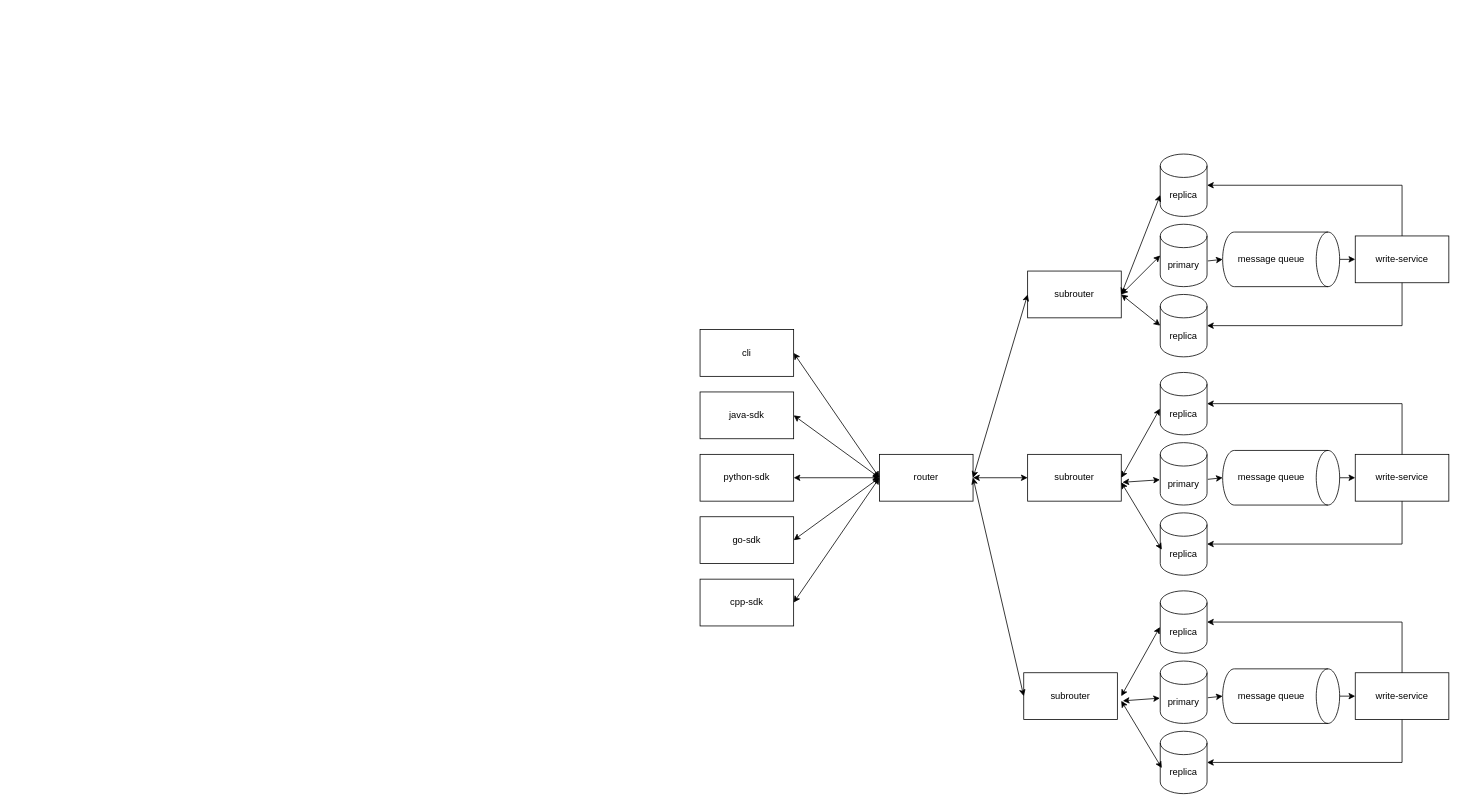
This is .github/Architecture.drawio from michaelhyi/distributed-key-value-db, a draw.io file, before an edit. Source tidied: cells renumbered, new cells numbered last; positions are measured from the earlier drawing's top-left corner, leaving out a move shared by most shapes. Both pictures are drawn from the tidied source at 78%, with x=0, y=0 at pixel (700, 154).
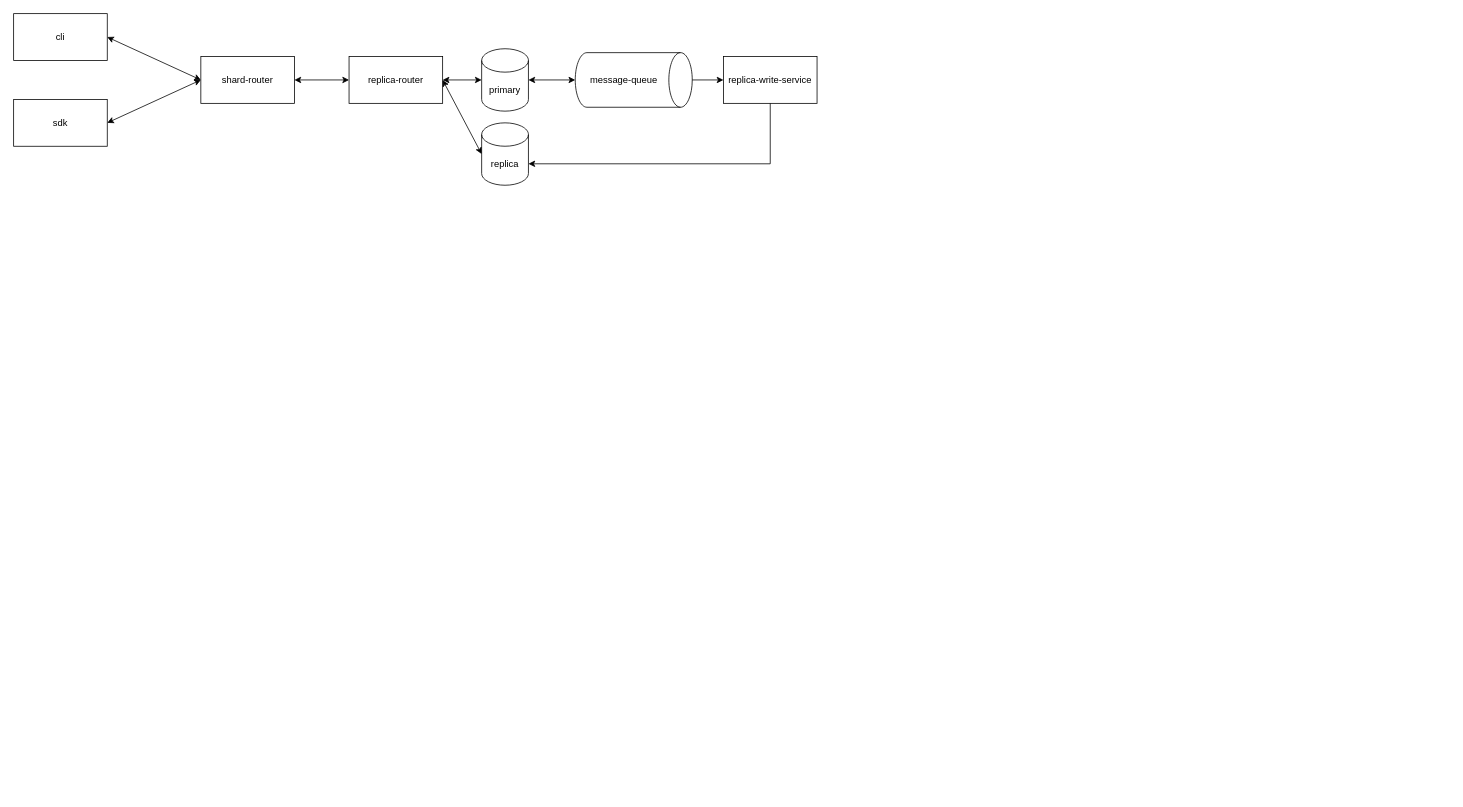
After the change.

Change to the diagram source:
```diff
@@
-    <mxCell id="2" value="router" style="whiteSpace=wrap;html=1;" parent="1" vertex="1">
-      <mxGeometry x="230" y="385" width="120" height="60" as="geometry" />
+    <mxCell id="2" value="shard-router" style="whiteSpace=wrap;html=1;" parent="1" vertex="1">
+      <mxGeometry x="-640" y="-125" width="120" height="60" as="geometry" />
     </mxCell>
-    <mxCell id="3" value="primary" style="shape=cylinder3;whiteSpace=wrap;html=1;boundedLbl=1;backgroundOutline=1;size=15;" parent="1" vertex="1">
-      <mxGeometry x="590" y="90" width="60" height="80" as="geometry" />
-    </mxCell>
-    <mxCell id="4" value="replica" style="shape=cylinder3;whiteSpace=wrap;html=1;boundedLbl=1;backgroundOutline=1;size=15;" parent="1" vertex="1">
-      <mxGeometry x="590" y="180" width="60" height="80" as="geometry" />
-    </mxCell>
-    <mxCell id="5" value="replica" style="shape=cylinder3;whiteSpace=wrap;html=1;boundedLbl=1;backgroundOutline=1;size=15;" parent="1" vertex="1">
-      <mxGeometry x="590" width="60" height="80" as="geometry" />
-    </mxCell>
     <mxCell id="6" value="cli" style="whiteSpace=wrap;html=1;" parent="1" vertex="1">
-      <mxGeometry y="225" width="120" height="60" as="geometry" />
+      <mxGeometry x="-880" y="-180" width="120" height="60" as="geometry" />
     </mxCell>
-    <mxCell id="7" value="java-sdk" style="whiteSpace=wrap;html=1;" parent="1" vertex="1">
-      <mxGeometry y="305" width="120" height="60" as="geometry" />
+    <mxCell id="7" value="sdk" style="whiteSpace=wrap;html=1;" parent="1" vertex="1">
+      <mxGeometry x="-880" y="-70" width="120" height="60" as="geometry" />
     </mxCell>
-    <mxCell id="8" value="python-sdk" style="whiteSpace=wrap;html=1;" parent="1" vertex="1">
-      <mxGeometry y="385" width="120" height="60" as="geometry" />
-    </mxCell>
-    <mxCell id="9" value="go-sdk" style="whiteSpace=wrap;html=1;" parent="1" vertex="1">
-      <mxGeometry y="465" width="120" height="60" as="geometry" />
-    </mxCell>
-    <mxCell id="10" value="cpp-sdk" style="whiteSpace=wrap;html=1;" parent="1" vertex="1">
-      <mxGeometry y="545" width="120" height="60" as="geometry" />
-    </mxCell>
@@
-    <mxCell id="12" style="endArrow=classic;startArrow=classic;html=1;rounded=0;exitX=1;exitY=0.5;exitDx=0;exitDy=0;" parent="1" edge="1" source="7">
-      <mxGeometry relative="1" as="geometry">
-        <mxPoint x="230" y="415" as="targetPoint" />
-      </mxGeometry>
+    <mxCell id="12" style="endArrow=classic;startArrow=classic;html=1;rounded=0;exitX=1;exitY=0.5;exitDx=0;exitDy=0;entryX=0;entryY=0.5;entryDx=0;entryDy=0;" parent="1" edge="1" source="7" target="2">
+      <mxGeometry relative="1" as="geometry" />
     </mxCell>
-    <mxCell id="13" style="endArrow=classic;startArrow=classic;html=1;rounded=0;exitX=1;exitY=0.5;exitDx=0;exitDy=0;" parent="1" edge="1" source="8">
-      <mxGeometry relative="1" as="geometry">
-        <mxPoint x="230" y="415" as="targetPoint" />
-      </mxGeometry>
-    </mxCell>
-    <mxCell id="14" style="endArrow=classic;startArrow=classic;html=1;rounded=0;exitX=1;exitY=0.5;exitDx=0;exitDy=0;entryX=0;entryY=0.5;entryDx=0;entryDy=0;" parent="1" edge="1" source="9" target="2">
-      <mxGeometry relative="1" as="geometry" />
-    </mxCell>
-    <mxCell id="15" style="endArrow=classic;startArrow=classic;html=1;rounded=0;exitX=1;exitY=0.5;exitDx=0;exitDy=0;entryX=0;entryY=0.5;entryDx=0;entryDy=0;" parent="1" edge="1" source="10" target="2">
-      <mxGeometry relative="1" as="geometry" />
-    </mxCell>
-    <mxCell id="16" value="subrouter" style="whiteSpace=wrap;html=1;" parent="1" vertex="1">
-      <mxGeometry x="420" y="150" width="120" height="60" as="geometry" />
-    </mxCell>
-    <mxCell id="17" value="subrouter" style="whiteSpace=wrap;html=1;" parent="1" vertex="1">
-      <mxGeometry x="420" y="385" width="120" height="60" as="geometry" />
+    <mxCell id="17" value="replica-router" style="whiteSpace=wrap;html=1;" parent="1" vertex="1">
+      <mxGeometry x="-450" y="-125" width="120" height="60" as="geometry" />
     </mxCell>
-    <mxCell id="18" value="subrouter" style="whiteSpace=wrap;html=1;" parent="1" vertex="1">
-      <mxGeometry x="415" y="665" width="120" height="60" as="geometry" />
-    </mxCell>
-    <mxCell id="19" style="endArrow=classic;startArrow=classic;html=1;rounded=0;exitX=1;exitY=0.5;exitDx=0;exitDy=0;entryX=0;entryY=0.5;entryDx=0;entryDy=0;" parent="1" edge="1" source="2" target="16">
-      <mxGeometry relative="1" as="geometry" />
-    </mxCell>
-    <mxCell id="20" style="endArrow=classic;startArrow=classic;html=1;rounded=0;exitX=1;exitY=0.5;exitDx=0;exitDy=0;" parent="1" edge="1" source="2">
-      <mxGeometry relative="1" as="geometry">
-        <mxPoint x="420" y="415" as="targetPoint" />
-      </mxGeometry>
-    </mxCell>
-    <mxCell id="21" style="endArrow=classic;startArrow=classic;html=1;rounded=0;entryX=0;entryY=0.5;entryDx=0;entryDy=0;exitX=1;exitY=0.5;exitDx=0;exitDy=0;" parent="1" edge="1" source="2" target="18">
-      <mxGeometry relative="1" as="geometry" />
-    </mxCell>
-    <mxCell id="22" value="message queue" style="shape=cylinder3;whiteSpace=wrap;html=1;boundedLbl=1;backgroundOutline=1;size=15;direction=south;" parent="1" vertex="1">
-      <mxGeometry x="670" y="100" width="150" height="70" as="geometry" />
-    </mxCell>
-    <mxCell id="23" style="endArrow=classic;startArrow=classic;html=1;rounded=0;entryX=0;entryY=0.5;entryDx=0;entryDy=0;entryPerimeter=0;exitX=1;exitY=0.5;exitDx=0;exitDy=0;" parent="1" edge="1" source="16" target="3">
-      <mxGeometry relative="1" as="geometry" />
-    </mxCell>
-    <mxCell id="24" style="endArrow=classic;startArrow=classic;html=1;rounded=0;entryX=0;entryY=0.5;entryDx=0;entryDy=0;entryPerimeter=0;exitX=1;exitY=0.5;exitDx=0;exitDy=0;" parent="1" edge="1" source="16" target="4">
-      <mxGeometry relative="1" as="geometry" />
-    </mxCell>
-    <mxCell id="25" style="endArrow=classic;startArrow=classic;html=1;rounded=0;entryX=0;entryY=0;entryDx=0;entryDy=52.5;entryPerimeter=0;exitX=1;exitY=0.5;exitDx=0;exitDy=0;" parent="1" edge="1" source="16" target="5">
-      <mxGeometry relative="1" as="geometry" />
-    </mxCell>
-    <mxCell id="26" style="endArrow=classic;html=1;rounded=0;entryX=0.5;entryY=1;entryDx=0;entryDy=0;entryPerimeter=0;exitX=1.017;exitY=0.588;exitDx=0;exitDy=0;exitPerimeter=0;" parent="1" edge="1" source="3" target="22">
-      <mxGeometry relative="1" as="geometry" />
-    </mxCell>
-    <mxCell id="27" style="endArrow=classic;html=1;rounded=0;exitX=0.5;exitY=0;exitDx=0;exitDy=0;exitPerimeter=0;entryX=0;entryY=0.5;entryDx=0;entryDy=0;" parent="1" edge="1" source="22" target="28">
-      <mxGeometry relative="1" as="geometry" />
-    </mxCell>
-    <mxCell id="28" value="write-service" style="whiteSpace=wrap;html=1;" parent="1" vertex="1">
-      <mxGeometry x="840" y="105" width="120" height="60" as="geometry" />
-    </mxCell>
-    <mxCell id="29" style="edgeStyle=orthogonalEdgeStyle;rounded=0;jettySize=auto;html=1;exitX=0.5;exitY=1;exitDx=0;exitDy=0;entryX=1;entryY=0.5;entryDx=0;entryDy=0;entryPerimeter=0;" parent="1" edge="1" source="28" target="4">
-      <mxGeometry relative="1" as="geometry" />
-    </mxCell>
-    <mxCell id="30" style="edgeStyle=orthogonalEdgeStyle;rounded=0;jettySize=auto;html=1;exitX=0.5;exitY=0;exitDx=0;exitDy=0;entryX=1;entryY=0.5;entryDx=0;entryDy=0;entryPerimeter=0;" parent="1" edge="1" source="28" target="5">
-      <mxGeometry relative="1" as="geometry" />
-    </mxCell>
     <mxCell id="31" value="primary" style="shape=cylinder3;whiteSpace=wrap;html=1;boundedLbl=1;backgroundOutline=1;size=15;" parent="1" vertex="1">
-      <mxGeometry x="590" y="370" width="60" height="80" as="geometry" />
+      <mxGeometry x="-280" y="-135" width="60" height="80" as="geometry" />
     </mxCell>
     <mxCell id="32" value="replica" style="shape=cylinder3;whiteSpace=wrap;html=1;boundedLbl=1;backgroundOutline=1;size=15;" parent="1" vertex="1">
-      <mxGeometry x="590" y="460" width="60" height="80" as="geometry" />
+      <mxGeometry x="-280" y="-40" width="60" height="80" as="geometry" />
     </mxCell>
-    <mxCell id="33" value="replica" style="shape=cylinder3;whiteSpace=wrap;html=1;boundedLbl=1;backgroundOutline=1;size=15;" parent="1" vertex="1">
-      <mxGeometry x="590" y="280" width="60" height="80" as="geometry" />
-    </mxCell>
-    <mxCell id="34" value="message queue" style="shape=cylinder3;whiteSpace=wrap;html=1;boundedLbl=1;backgroundOutline=1;size=15;direction=south;" parent="1" vertex="1">
-      <mxGeometry x="670" y="380" width="150" height="70" as="geometry" />
+    <mxCell id="34" value="message-queue" style="shape=cylinder3;whiteSpace=wrap;html=1;boundedLbl=1;backgroundOutline=1;size=15;direction=south;" parent="1" vertex="1">
+      <mxGeometry x="-160" y="-130" width="150" height="70" as="geometry" />
     </mxCell>
-    <mxCell id="35" style="endArrow=classic;html=1;rounded=0;entryX=0.5;entryY=1;entryDx=0;entryDy=0;entryPerimeter=0;exitX=1.017;exitY=0.588;exitDx=0;exitDy=0;exitPerimeter=0;" parent="1" edge="1" source="31" target="34">
-      <mxGeometry relative="1" as="geometry" />
-    </mxCell>
@@
-    <mxCell id="37" value="write-service" style="whiteSpace=wrap;html=1;" parent="1" vertex="1">
-      <mxGeometry x="840" y="385" width="120" height="60" as="geometry" />
+    <mxCell id="37" value="replica-write-service" style="whiteSpace=wrap;html=1;" parent="1" vertex="1">
+      <mxGeometry x="30" y="-125" width="120" height="60" as="geometry" />
     </mxCell>
+    <mxCell id="55" style="endArrow=classic;startArrow=classic;html=1;rounded=0;entryX=0;entryY=0.5;entryDx=0;entryDy=0;exitX=1;exitY=0.5;exitDx=0;exitDy=0;" parent="1" edge="1" source="2" target="17">
+      <mxGeometry relative="1" as="geometry" />
+    </mxCell>
+    <mxCell id="40" style="endArrow=classic;startArrow=classic;html=1;rounded=0;entryX=0;entryY=0.5;entryDx=0;entryDy=0;entryPerimeter=0;exitX=1;exitY=0.5;exitDx=0;exitDy=0;" parent="1" edge="1" source="17" target="31">
+      <mxGeometry relative="1" as="geometry" />
+    </mxCell>
+    <mxCell id="35" style="endArrow=classic;startArrow=classic;html=1;rounded=0;entryX=0.5;entryY=1;entryDx=0;entryDy=0;entryPerimeter=0;exitX=1;exitY=0.5;exitDx=0;exitDy=0;exitPerimeter=0;" parent="1" edge="1" source="31" target="34">
+      <mxGeometry relative="1" as="geometry" />
+    </mxCell>
+    <mxCell id="42" style="endArrow=classic;startArrow=classic;html=1;rounded=0;exitX=1;exitY=0.5;exitDx=0;exitDy=0;entryX=0;entryY=0.5;entryDx=0;entryDy=0;entryPerimeter=0;" parent="1" edge="1" source="17" target="32">
+      <mxGeometry relative="1" as="geometry" />
+    </mxCell>
-    <mxCell id="38" style="edgeStyle=orthogonalEdgeStyle;rounded=0;jettySize=auto;html=1;exitX=0.5;exitY=1;exitDx=0;exitDy=0;entryX=1;entryY=0.5;entryDx=0;entryDy=0;entryPerimeter=0;" parent="1" edge="1" source="37" target="32">
+    <mxCell id="38" style="edgeStyle=orthogonalEdgeStyle;rounded=0;jettySize=auto;html=1;exitX=0.5;exitY=1;exitDx=0;exitDy=0;entryX=1;entryY=0;entryDx=0;entryDy=52.5;entryPerimeter=0;" parent="1" edge="1" source="37" target="32">
       <mxGeometry relative="1" as="geometry" />
     </mxCell>
-    <mxCell id="39" style="edgeStyle=orthogonalEdgeStyle;rounded=0;jettySize=auto;html=1;exitX=0.5;exitY=0;exitDx=0;exitDy=0;entryX=1;entryY=0.5;entryDx=0;entryDy=0;entryPerimeter=0;" parent="1" edge="1" source="37" target="33">
-      <mxGeometry relative="1" as="geometry" />
-    </mxCell>
-    <mxCell id="40" style="endArrow=classic;startArrow=classic;html=1;rounded=0;entryX=-0.007;entryY=0.595;entryDx=0;entryDy=0;entryPerimeter=0;exitX=1.013;exitY=0.597;exitDx=0;exitDy=0;exitPerimeter=0;" parent="1" edge="1" source="17" target="31">
-      <mxGeometry relative="1" as="geometry" />
-    </mxCell>
-    <mxCell id="41" style="endArrow=classic;startArrow=classic;html=1;rounded=0;entryX=-0.007;entryY=0.58;entryDx=0;entryDy=0;entryPerimeter=0;exitX=1;exitY=0.5;exitDx=0;exitDy=0;" parent="1" edge="1" source="17" target="33">
-      <mxGeometry relative="1" as="geometry" />
-    </mxCell>
-    <mxCell id="42" style="endArrow=classic;startArrow=classic;html=1;rounded=0;entryX=0.033;entryY=0.59;entryDx=0;entryDy=0;entryPerimeter=0;exitX=1;exitY=0.597;exitDx=0;exitDy=0;exitPerimeter=0;" parent="1" edge="1" source="17" target="32">
-      <mxGeometry relative="1" as="geometry" />
-    </mxCell>
-    <mxCell id="43" value="primary" style="shape=cylinder3;whiteSpace=wrap;html=1;boundedLbl=1;backgroundOutline=1;size=15;" parent="1" vertex="1">
-      <mxGeometry x="590" y="650" width="60" height="80" as="geometry" />
-    </mxCell>
-    <mxCell id="44" value="replica" style="shape=cylinder3;whiteSpace=wrap;html=1;boundedLbl=1;backgroundOutline=1;size=15;" parent="1" vertex="1">
-      <mxGeometry x="590" y="740" width="60" height="80" as="geometry" />
-    </mxCell>
-    <mxCell id="45" value="replica" style="shape=cylinder3;whiteSpace=wrap;html=1;boundedLbl=1;backgroundOutline=1;size=15;" parent="1" vertex="1">
-      <mxGeometry x="590" y="560" width="60" height="80" as="geometry" />
-    </mxCell>
-    <mxCell id="46" value="message queue" style="shape=cylinder3;whiteSpace=wrap;html=1;boundedLbl=1;backgroundOutline=1;size=15;direction=south;" parent="1" vertex="1">
-      <mxGeometry x="670" y="660" width="150" height="70" as="geometry" />
-    </mxCell>
-    <mxCell id="47" style="endArrow=classic;html=1;rounded=0;entryX=0.5;entryY=1;entryDx=0;entryDy=0;entryPerimeter=0;exitX=1.017;exitY=0.588;exitDx=0;exitDy=0;exitPerimeter=0;" parent="1" edge="1" source="43" target="46">
-      <mxGeometry relative="1" as="geometry" />
-    </mxCell>
-    <mxCell id="48" style="endArrow=classic;html=1;rounded=0;exitX=0.5;exitY=0;exitDx=0;exitDy=0;exitPerimeter=0;entryX=0;entryY=0.5;entryDx=0;entryDy=0;" parent="1" edge="1" source="46" target="49">
-      <mxGeometry relative="1" as="geometry" />
-    </mxCell>
-    <mxCell id="49" value="write-service" style="whiteSpace=wrap;html=1;" parent="1" vertex="1">
-      <mxGeometry x="840" y="665" width="120" height="60" as="geometry" />
-    </mxCell>
-    <mxCell id="50" style="edgeStyle=orthogonalEdgeStyle;rounded=0;jettySize=auto;html=1;exitX=0.5;exitY=1;exitDx=0;exitDy=0;entryX=1;entryY=0.5;entryDx=0;entryDy=0;entryPerimeter=0;" parent="1" edge="1" source="49" target="44">
-      <mxGeometry relative="1" as="geometry" />
-    </mxCell>
-    <mxCell id="51" style="edgeStyle=orthogonalEdgeStyle;rounded=0;jettySize=auto;html=1;exitX=0.5;exitY=0;exitDx=0;exitDy=0;entryX=1;entryY=0.5;entryDx=0;entryDy=0;entryPerimeter=0;" parent="1" edge="1" source="49" target="45">
-      <mxGeometry relative="1" as="geometry" />
-    </mxCell>
-    <mxCell id="52" style="endArrow=classic;startArrow=classic;html=1;rounded=0;entryX=-0.007;entryY=0.595;entryDx=0;entryDy=0;entryPerimeter=0;exitX=1.013;exitY=0.597;exitDx=0;exitDy=0;exitPerimeter=0;" parent="1" edge="1" target="43">
-      <mxGeometry relative="1" as="geometry">
-        <mxPoint x="542" y="701" as="sourcePoint" />
-      </mxGeometry>
-    </mxCell>
-    <mxCell id="53" style="endArrow=classic;startArrow=classic;html=1;rounded=0;entryX=-0.007;entryY=0.58;entryDx=0;entryDy=0;entryPerimeter=0;exitX=1;exitY=0.5;exitDx=0;exitDy=0;" parent="1" edge="1" target="45">
-      <mxGeometry relative="1" as="geometry">
-        <mxPoint x="540" y="695" as="sourcePoint" />
-      </mxGeometry>
-    </mxCell>
-    <mxCell id="54" style="endArrow=classic;startArrow=classic;html=1;rounded=0;entryX=0.033;entryY=0.59;entryDx=0;entryDy=0;entryPerimeter=0;exitX=1;exitY=0.597;exitDx=0;exitDy=0;exitPerimeter=0;" parent="1" edge="1" target="44">
-      <mxGeometry relative="1" as="geometry">
-        <mxPoint x="540" y="701" as="sourcePoint" />
-      </mxGeometry>
-    </mxCell>
```
